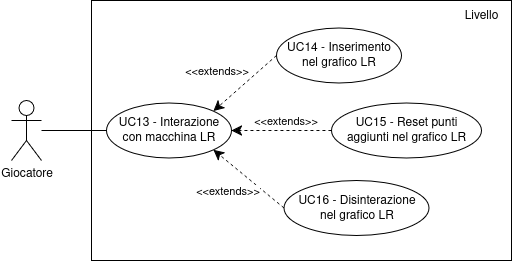
This is Documentazione/source/imgs/uc-macchina_lr.png from fliposab/ProgettoStage, a draw.io export, as it was before one commit. Source tidied: cells renumbered, new cells last; positions are measured from the earlier drawing's top-left corner, leaving out a move shared by most shapes.
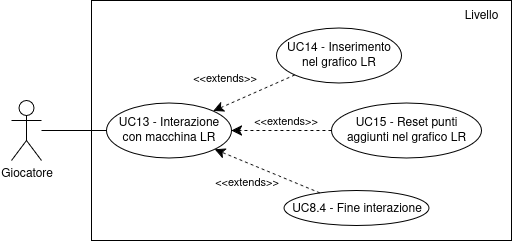
After the change.

The edit, as a diff of the source:
```diff
@@ -3,7 +3,7 @@
     <mxCell id="0" />
     <mxCell id="1" parent="0" />
     <mxCell id="2" style="rounded=0;whiteSpace=wrap;html=1;gradientColor=none;" parent="1" vertex="1">
-      <mxGeometry x="80" width="420" height="260" as="geometry" />
+      <mxGeometry x="80" width="420" height="240" as="geometry" />
     </mxCell>
     <mxCell id="3" value="Giocatore" style="shape=umlActor;verticalLabelPosition=bottom;verticalAlign=top;html=1;outlineConnect=0;" parent="1" vertex="1">
       <mxGeometry y="100" width="30" height="60" as="geometry" />
@@ -20,13 +20,13 @@
     <mxCell id="7" value="&lt;div&gt;UC15 - Reset punti&lt;/div&gt;&lt;div&gt;aggiunti nel grafico LR&lt;/div&gt;" style="ellipse;whiteSpace=wrap;html=1;" parent="1" vertex="1">
       <mxGeometry x="320" y="102.5" width="150" height="55" as="geometry" />
     </mxCell>
-    <mxCell id="8" value="&lt;div&gt;UC16 - Disinterazione&lt;/div&gt;&lt;div&gt;nel grafico LR&lt;/div&gt;" style="ellipse;whiteSpace=wrap;html=1;" parent="1" vertex="1">
-      <mxGeometry x="272.5" y="180" width="145" height="55" as="geometry" />
+    <mxCell id="8" value="UC8.4 - Fine interazione" style="ellipse;whiteSpace=wrap;html=1;" parent="1" vertex="1">
+      <mxGeometry x="272.5" y="190" width="145" height="35" as="geometry" />
     </mxCell>
     <mxCell id="9" value="Livello" style="text;html=1;align=center;verticalAlign=middle;whiteSpace=wrap;rounded=0;" parent="1" vertex="1">
       <mxGeometry x="440" width="60" height="30" as="geometry" />
     </mxCell>
-    <mxCell id="10" style="rounded=0;jettySize=auto;html=1;entryX=1;entryY=0;entryDx=0;entryDy=0;endArrow=classic;endFill=1;endSize=8;dashed=1;startArrow=none;startFill=0;exitX=0;exitY=0.5;exitDx=0;exitDy=0;" parent="1" edge="1" source="6" target="4">
+    <mxCell id="10" style="rounded=0;jettySize=auto;html=1;endArrow=classic;endFill=1;endSize=8;dashed=1;startArrow=none;startFill=0;" parent="1" edge="1" source="6" target="4">
       <mxGeometry relative="1" as="geometry" />
     </mxCell>
     <mxCell id="11" value="&amp;lt;&amp;lt;extends&amp;gt;&amp;gt;" style="edgeLabel;html=1;align=center;verticalAlign=middle;" parent="10" vertex="1">
@@ -34,7 +34,7 @@
         <mxPoint x="-22" y="-17" as="offset" />
       </mxGeometry>
     </mxCell>
-    <mxCell id="12" style="rounded=0;jettySize=auto;html=1;entryX=1;entryY=0.5;entryDx=0;entryDy=0;endArrow=classic;endFill=1;endSize=8;dashed=1;startArrow=none;startFill=0;exitX=0;exitY=0.5;exitDx=0;exitDy=0;" parent="1" edge="1" source="7" target="4">
+    <mxCell id="12" style="rounded=0;jettySize=auto;html=1;endArrow=classic;endFill=1;endSize=8;dashed=1;startArrow=none;startFill=0;" parent="1" edge="1" source="7" target="4">
       <mxGeometry relative="1" as="geometry" />
     </mxCell>
     <mxCell id="13" value="&amp;lt;&amp;lt;extends&amp;gt;&amp;gt;" style="edgeLabel;html=1;align=center;verticalAlign=middle;" parent="12" vertex="1">
@@ -42,7 +42,7 @@
         <mxPoint x="14" y="-12" as="offset" />
       </mxGeometry>
     </mxCell>
-    <mxCell id="14" style="rounded=0;jettySize=auto;html=1;entryX=1;entryY=1;entryDx=0;entryDy=0;endArrow=classic;endFill=1;endSize=8;dashed=1;startArrow=none;startFill=0;exitX=0;exitY=0.5;exitDx=0;exitDy=0;" parent="1" edge="1" source="8" target="4">
+    <mxCell id="14" style="rounded=0;jettySize=auto;html=1;endArrow=classic;endFill=1;endSize=8;dashed=1;startArrow=none;startFill=0;" parent="1" edge="1" source="8" target="4">
       <mxGeometry relative="1" as="geometry" />
     </mxCell>
     <mxCell id="15" value="&amp;lt;&amp;lt;extends&amp;gt;&amp;gt;" style="edgeLabel;html=1;align=center;verticalAlign=middle;" parent="14" vertex="1">
```
